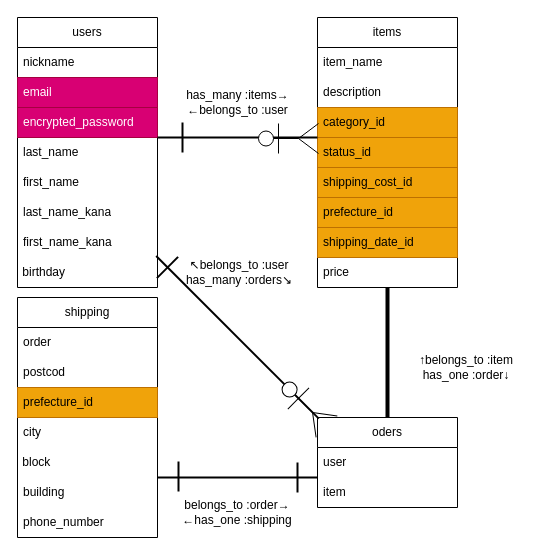
The draw.io diagram app/views/test.dio in 11shiro4/furima-41807, before the edit. Source tidied: cells renumbered, new cells numbered last; positions are measured from the earlier drawing's top-left corner, leaving out a move shared by most shapes. Both pictures are drawn from the tidied source at 100%, with x=0, y=0 at pixel (17, 17).
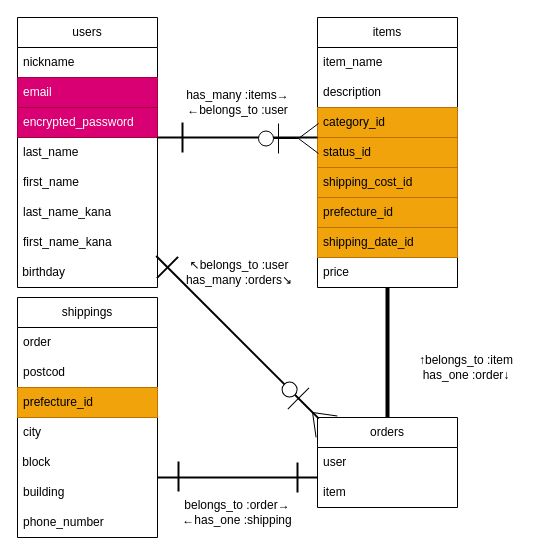
The same diagram, later.

Commit message (it also covers changes not shown here):
データベース設計#4

The edit, as a diff of the source:
```diff
@@
-    <mxCell id="11" value="shipping" style="swimlane;fontStyle=0;horizontal=1;startSize=30;whiteSpace=wrap;html=1;" parent="1" vertex="1">
+    <mxCell id="11" value="shippings" style="swimlane;fontStyle=0;horizontal=1;startSize=30;whiteSpace=wrap;html=1;" parent="1" vertex="1">
       <mxGeometry y="280" width="140" height="240" as="geometry" />
     </mxCell>
@@
-    <mxCell id="28" value="oders" style="swimlane;fontStyle=0;horizontal=1;startSize=30;whiteSpace=wrap;html=1;" parent="1" vertex="1">
+    <mxCell id="28" value="orders" style="swimlane;fontStyle=0;horizontal=1;startSize=30;whiteSpace=wrap;html=1;" parent="1" vertex="1">
       <mxGeometry x="300" y="400" width="140" height="90" as="geometry" />
     </mxCell>
```
